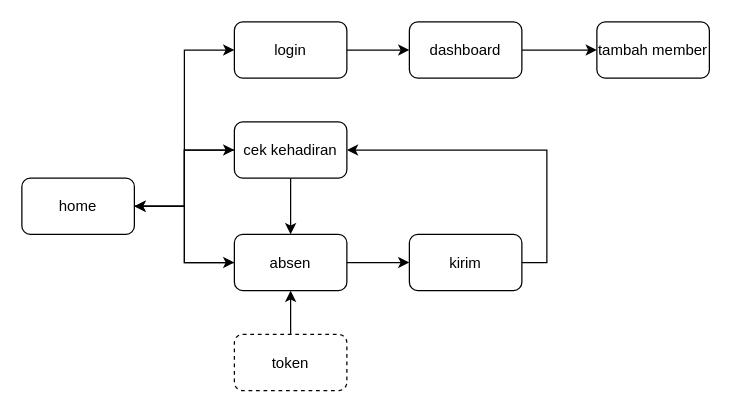
This is Alur-Presensi-ITClub.drawio from Afkar-Saga/presensi-itclub, a draw.io file, before an edit. Source tidied: cells renumbered, new cells numbered last; positions are measured from the earlier drawing's top-left corner, leaving out a move shared by most shapes. Both pictures are drawn from the tidied source at 125%, with x=0, y=0 at pixel (21, 21).
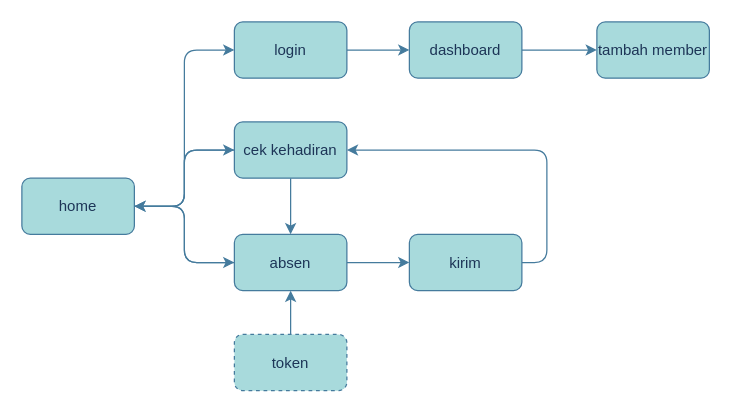
After the change.

Change to the diagram source:
```diff
@@
-    <mxCell id="2" style="edgeStyle=orthogonalEdgeStyle;rounded=0;jettySize=auto;html=1;" parent="1" edge="1" source="5" target="8">
+    <mxCell id="2" style="edgeStyle=orthogonalEdgeStyle;rounded=1;jettySize=auto;html=1;labelBackgroundColor=none;strokeColor=#457B9D;fontColor=default;" parent="1" edge="1" source="5" target="8">
       <mxGeometry relative="1" as="geometry" />
     </mxCell>
-    <mxCell id="3" style="edgeStyle=orthogonalEdgeStyle;rounded=0;jettySize=auto;html=1;exitX=1;exitY=0.5;exitDx=0;exitDy=0;entryX=0;entryY=0.5;entryDx=0;entryDy=0;" parent="1" edge="1" source="5" target="11">
+    <mxCell id="3" style="edgeStyle=orthogonalEdgeStyle;rounded=1;jettySize=auto;html=1;exitX=1;exitY=0.5;exitDx=0;exitDy=0;entryX=0;entryY=0.5;entryDx=0;entryDy=0;labelBackgroundColor=none;strokeColor=#457B9D;fontColor=default;" parent="1" edge="1" source="5" target="11">
       <mxGeometry relative="1" as="geometry" />
     </mxCell>
-    <mxCell id="4" style="edgeStyle=orthogonalEdgeStyle;rounded=0;jettySize=auto;html=1;entryX=0;entryY=0.5;entryDx=0;entryDy=0;" parent="1" edge="1" source="5" target="17">
+    <mxCell id="4" style="edgeStyle=orthogonalEdgeStyle;rounded=1;jettySize=auto;html=1;entryX=0;entryY=0.5;entryDx=0;entryDy=0;labelBackgroundColor=none;strokeColor=#457B9D;fontColor=default;" parent="1" edge="1" source="5" target="17">
       <mxGeometry relative="1" as="geometry" />
     </mxCell>
-    <mxCell id="5" value="home" style="rounded=1;whiteSpace=wrap;html=1;" parent="1" vertex="1">
+    <mxCell id="5" value="home" style="rounded=1;whiteSpace=wrap;html=1;labelBackgroundColor=none;fillColor=#A8DADC;strokeColor=#457B9D;fontColor=#1D3557;" parent="1" vertex="1">
       <mxGeometry y="125" width="90" height="45" as="geometry" />
     </mxCell>
-    <mxCell id="6" style="edgeStyle=orthogonalEdgeStyle;rounded=0;jettySize=auto;html=1;entryX=0.5;entryY=0;entryDx=0;entryDy=0;" parent="1" edge="1" source="8" target="11">
+    <mxCell id="6" style="edgeStyle=orthogonalEdgeStyle;rounded=1;jettySize=auto;html=1;entryX=0.5;entryY=0;entryDx=0;entryDy=0;labelBackgroundColor=none;strokeColor=#457B9D;fontColor=default;" parent="1" edge="1" source="8" target="11">
       <mxGeometry relative="1" as="geometry" />
     </mxCell>
-    <mxCell id="7" style="edgeStyle=orthogonalEdgeStyle;rounded=0;jettySize=auto;html=1;entryX=1;entryY=0.5;entryDx=0;entryDy=0;" parent="1" edge="1" source="8" target="5">
+    <mxCell id="7" style="edgeStyle=orthogonalEdgeStyle;rounded=1;jettySize=auto;html=1;entryX=1;entryY=0.5;entryDx=0;entryDy=0;labelBackgroundColor=none;strokeColor=#457B9D;fontColor=default;" parent="1" edge="1" source="8" target="5">
       <mxGeometry relative="1" as="geometry" />
     </mxCell>
-    <mxCell id="8" value="cek kehadiran" style="rounded=1;whiteSpace=wrap;html=1;" parent="1" vertex="1">
+    <mxCell id="8" value="cek kehadiran" style="rounded=1;whiteSpace=wrap;html=1;labelBackgroundColor=none;fillColor=#A8DADC;strokeColor=#457B9D;fontColor=#1D3557;" parent="1" vertex="1">
       <mxGeometry x="170" y="80" width="90" height="45" as="geometry" />
     </mxCell>
-    <mxCell id="9" style="edgeStyle=orthogonalEdgeStyle;rounded=0;jettySize=auto;html=1;" parent="1" edge="1" source="11" target="13">
+    <mxCell id="9" style="edgeStyle=orthogonalEdgeStyle;rounded=1;jettySize=auto;html=1;labelBackgroundColor=none;strokeColor=#457B9D;fontColor=default;" parent="1" edge="1" source="11" target="13">
       <mxGeometry relative="1" as="geometry" />
     </mxCell>
-    <mxCell id="10" style="edgeStyle=orthogonalEdgeStyle;rounded=0;jettySize=auto;html=1;entryX=1;entryY=0.5;entryDx=0;entryDy=0;" parent="1" edge="1" source="11" target="5">
+    <mxCell id="10" style="edgeStyle=orthogonalEdgeStyle;rounded=1;jettySize=auto;html=1;entryX=1;entryY=0.5;entryDx=0;entryDy=0;labelBackgroundColor=none;strokeColor=#457B9D;fontColor=default;" parent="1" edge="1" source="11" target="5">
       <mxGeometry relative="1" as="geometry" />
     </mxCell>
-    <mxCell id="11" value="absen" style="rounded=1;whiteSpace=wrap;html=1;" parent="1" vertex="1">
+    <mxCell id="11" value="absen" style="rounded=1;whiteSpace=wrap;html=1;labelBackgroundColor=none;fillColor=#A8DADC;strokeColor=#457B9D;fontColor=#1D3557;" parent="1" vertex="1">
       <mxGeometry x="170" y="170" width="90" height="45" as="geometry" />
     </mxCell>
-    <mxCell id="12" style="edgeStyle=orthogonalEdgeStyle;rounded=0;jettySize=auto;html=1;entryX=1;entryY=0.5;entryDx=0;entryDy=0;exitX=1;exitY=0.5;exitDx=0;exitDy=0;" parent="1" edge="1" source="13" target="8">
+    <mxCell id="12" style="edgeStyle=orthogonalEdgeStyle;rounded=1;jettySize=auto;html=1;entryX=1;entryY=0.5;entryDx=0;entryDy=0;exitX=1;exitY=0.5;exitDx=0;exitDy=0;labelBackgroundColor=none;strokeColor=#457B9D;fontColor=default;" parent="1" edge="1" source="13" target="8">
       <mxGeometry relative="1" as="geometry" />
     </mxCell>
-    <mxCell id="13" value="kirim" style="rounded=1;whiteSpace=wrap;html=1;" parent="1" vertex="1">
+    <mxCell id="13" value="kirim" style="rounded=1;whiteSpace=wrap;html=1;labelBackgroundColor=none;fillColor=#A8DADC;strokeColor=#457B9D;fontColor=#1D3557;" parent="1" vertex="1">
       <mxGeometry x="310" y="170" width="90" height="45" as="geometry" />
     </mxCell>
-    <mxCell id="14" style="edgeStyle=orthogonalEdgeStyle;rounded=0;jettySize=auto;html=1;entryX=0.5;entryY=1;entryDx=0;entryDy=0;" parent="1" edge="1" source="15" target="11">
+    <mxCell id="14" style="edgeStyle=orthogonalEdgeStyle;rounded=1;jettySize=auto;html=1;entryX=0.5;entryY=1;entryDx=0;entryDy=0;labelBackgroundColor=none;strokeColor=#457B9D;fontColor=default;" parent="1" edge="1" source="15" target="11">
       <mxGeometry relative="1" as="geometry" />
     </mxCell>
-    <mxCell id="15" value="token" style="rounded=1;whiteSpace=wrap;html=1;dashed=1;" parent="1" vertex="1">
+    <mxCell id="15" value="token" style="rounded=1;whiteSpace=wrap;html=1;dashed=1;labelBackgroundColor=none;fillColor=#A8DADC;strokeColor=#457B9D;fontColor=#1D3557;" parent="1" vertex="1">
       <mxGeometry x="170" y="250" width="90" height="45" as="geometry" />
     </mxCell>
-    <mxCell id="16" style="edgeStyle=orthogonalEdgeStyle;rounded=0;jettySize=auto;html=1;" parent="1" edge="1" source="17" target="19">
+    <mxCell id="16" style="edgeStyle=orthogonalEdgeStyle;rounded=1;jettySize=auto;html=1;labelBackgroundColor=none;strokeColor=#457B9D;fontColor=default;" parent="1" edge="1" source="17" target="19">
       <mxGeometry relative="1" as="geometry" />
     </mxCell>
-    <mxCell id="17" value="login" style="rounded=1;whiteSpace=wrap;html=1;" parent="1" vertex="1">
+    <mxCell id="17" value="login" style="rounded=1;whiteSpace=wrap;html=1;labelBackgroundColor=none;fillColor=#A8DADC;strokeColor=#457B9D;fontColor=#1D3557;" parent="1" vertex="1">
       <mxGeometry x="170" width="90" height="45" as="geometry" />
     </mxCell>
-    <mxCell id="18" style="edgeStyle=orthogonalEdgeStyle;rounded=0;jettySize=auto;html=1;" parent="1" edge="1" source="19" target="20">
+    <mxCell id="18" style="edgeStyle=orthogonalEdgeStyle;rounded=1;jettySize=auto;html=1;labelBackgroundColor=none;strokeColor=#457B9D;fontColor=default;" parent="1" edge="1" source="19" target="20">
       <mxGeometry relative="1" as="geometry" />
     </mxCell>
-    <mxCell id="19" value="dashboard" style="rounded=1;whiteSpace=wrap;html=1;" parent="1" vertex="1">
+    <mxCell id="19" value="dashboard" style="rounded=1;whiteSpace=wrap;html=1;labelBackgroundColor=none;fillColor=#A8DADC;strokeColor=#457B9D;fontColor=#1D3557;" parent="1" vertex="1">
       <mxGeometry x="310" width="90" height="45" as="geometry" />
     </mxCell>
-    <mxCell id="20" value="tambah member" style="rounded=1;whiteSpace=wrap;html=1;" parent="1" vertex="1">
+    <mxCell id="20" value="tambah member" style="rounded=1;whiteSpace=wrap;html=1;labelBackgroundColor=none;fillColor=#A8DADC;strokeColor=#457B9D;fontColor=#1D3557;" parent="1" vertex="1">
       <mxGeometry x="460" width="90" height="45" as="geometry" />
     </mxCell>
```
